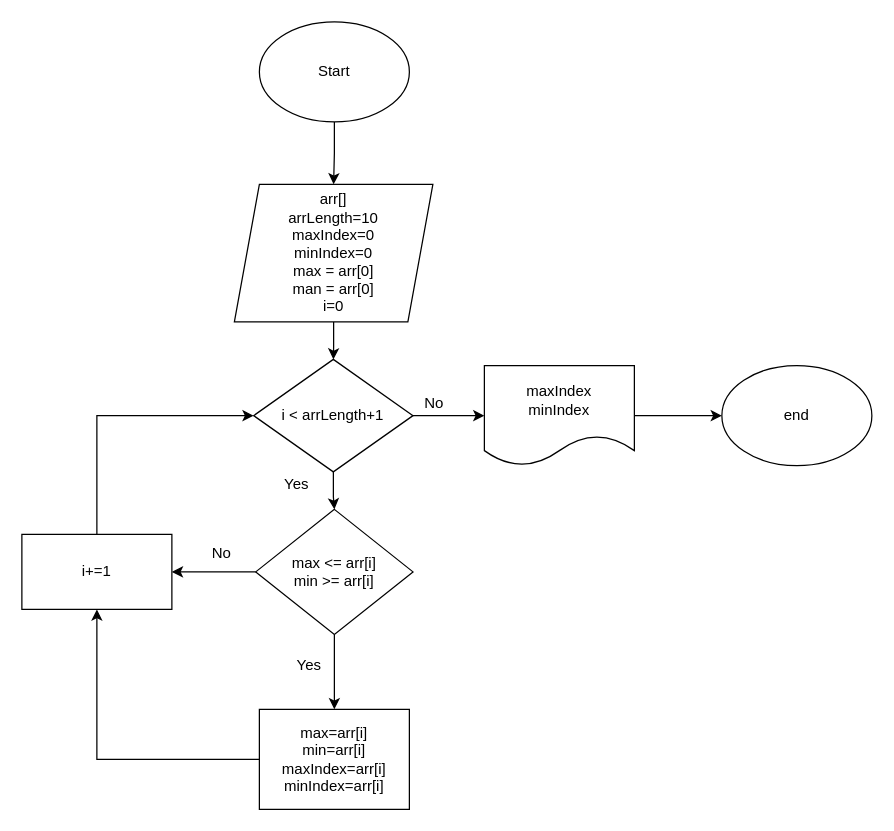
Dioneer/Flowcharts keeps this draw.io diagram as page "index of max and min value" (1 of 3) of sum between max and min.drawio. Above is the earlier version. Source tidied: cells renumbered, new cells numbered last; positions are measured from the earlier drawing's top-left corner, leaving out a move shared by most shapes. Both pictures are drawn from the tidied source at 125%, with x=0, y=0 at pixel (21, 21).
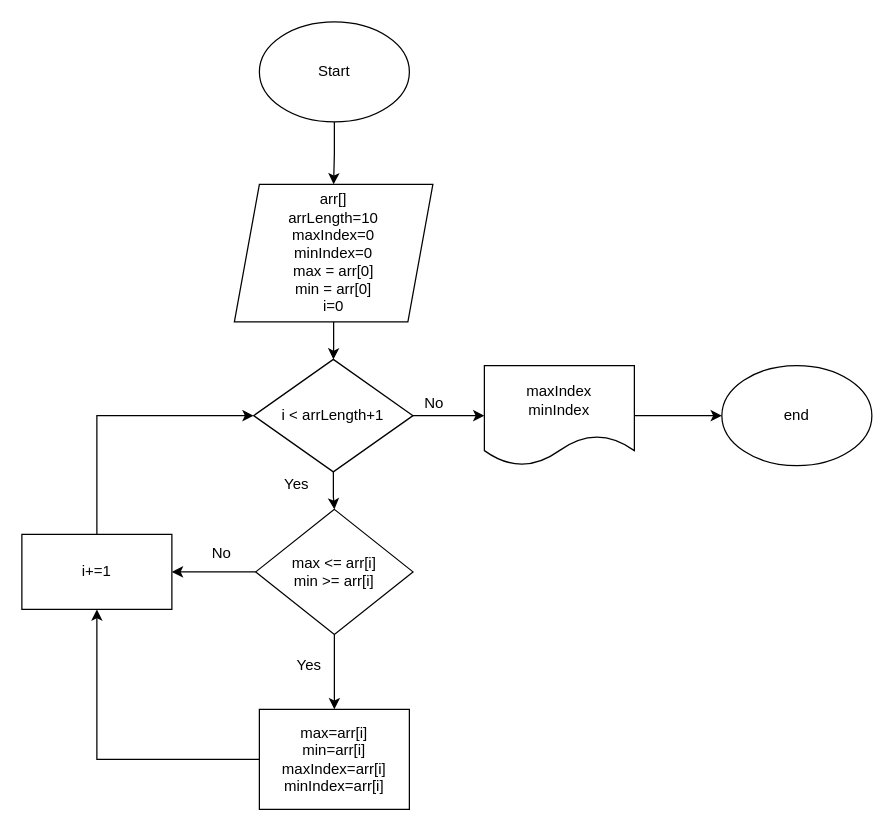
The same diagram, later.

Change to the diagram source:
```diff
@@
-    <mxCell id="6" value="&lt;div&gt;arr[]&lt;/div&gt;&lt;div&gt;arrLength=10&lt;/div&gt;&lt;div&gt;maxIndex=0&lt;/div&gt;&lt;div&gt;minIndex=0&lt;/div&gt;&lt;div&gt;max = arr[0]&lt;/div&gt;&lt;div&gt;man = arr[0]&lt;br&gt;&lt;/div&gt;&lt;div&gt;i=0&lt;br&gt;&lt;/div&gt;" style="shape=parallelogram;perimeter=parallelogramPerimeter;whiteSpace=wrap;html=1;fixedSize=1;" parent="1" vertex="1">
+    <mxCell id="6" value="&lt;div&gt;arr[]&lt;/div&gt;&lt;div&gt;arrLength=10&lt;/div&gt;&lt;div&gt;maxIndex=0&lt;/div&gt;&lt;div&gt;minIndex=0&lt;/div&gt;&lt;div&gt;max = arr[0]&lt;/div&gt;&lt;div&gt;min = arr[0]&lt;br&gt;&lt;/div&gt;&lt;div&gt;i=0&lt;br&gt;&lt;/div&gt;" style="shape=parallelogram;perimeter=parallelogramPerimeter;whiteSpace=wrap;html=1;fixedSize=1;" parent="1" vertex="1">
       <mxGeometry x="170" y="130" width="158.8" height="110" as="geometry" />
     </mxCell>
```
